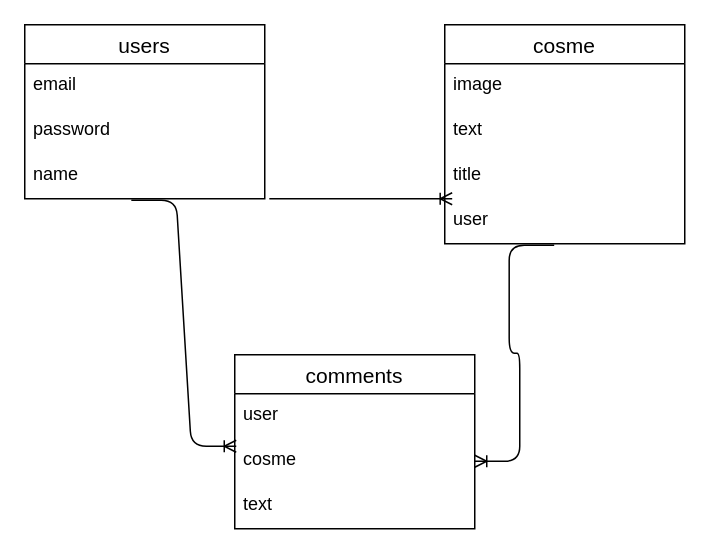
Before: cosme.dio in nana-ikegami/cosmelog2021, a draw.io diagram. Source tidied: cells renumbered, new cells numbered last; positions are measured from the earlier drawing's top-left corner, leaving out a move shared by most shapes. Both pictures are drawn from the tidied source at 150%, with x=0, y=0 at pixel (24, 24).
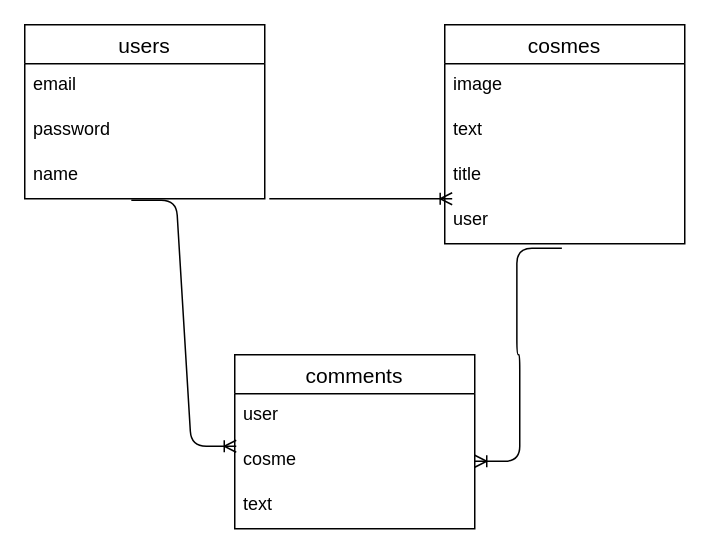
The same diagram, later.

Change to the diagram source:
```diff
@@
 <mxGraphModel>
   <root>
     <mxCell id="0" />
     <mxCell id="1" parent="0" />
     <mxCell id="2" value="users" style="swimlane;fontStyle=0;horizontal=1;startSize=26;align=center;fontSize=14;" parent="1" vertex="1">
       <mxGeometry width="160" height="116" as="geometry" />
     </mxCell>
     <mxCell id="3" value="email" style="text;strokeColor=none;fillColor=none;spacingLeft=4;spacingRight=4;overflow=hidden;fontSize=12;" parent="2" vertex="1">
       <mxGeometry y="26" width="160" height="30" as="geometry" />
     </mxCell>
     <mxCell id="4" value="password" style="text;strokeColor=none;fillColor=none;spacingLeft=4;spacingRight=4;overflow=hidden;fontSize=12;" parent="2" vertex="1">
       <mxGeometry y="56" width="160" height="30" as="geometry" />
     </mxCell>
     <mxCell id="5" value="name" style="text;strokeColor=none;fillColor=none;spacingLeft=4;spacingRight=4;overflow=hidden;points=[[0,0.5],[1,0.5]];portConstraint=eastwest;fontSize=12;" parent="2" vertex="1">
       <mxGeometry y="86" width="160" height="30" as="geometry" />
     </mxCell>
-    <mxCell id="6" value="cosme" style="swimlane;fontStyle=0;horizontal=1;startSize=26;align=center;fontSize=14;" parent="1" vertex="1">
+    <mxCell id="6" value="cosmes" style="swimlane;fontStyle=0;horizontal=1;startSize=26;align=center;fontSize=14;" parent="1" vertex="1">
       <mxGeometry x="280" width="160" height="146" as="geometry" />
     </mxCell>
     <mxCell id="7" value="image" style="text;strokeColor=none;fillColor=none;spacingLeft=4;spacingRight=4;overflow=hidden;fontSize=12;" parent="6" vertex="1">
       <mxGeometry y="26" width="160" height="30" as="geometry" />
     </mxCell>
     <mxCell id="8" value="text" style="text;strokeColor=none;fillColor=none;spacingLeft=4;spacingRight=4;overflow=hidden;fontSize=12;" parent="6" vertex="1">
       <mxGeometry y="56" width="160" height="30" as="geometry" />
     </mxCell>
     <mxCell id="9" value="title" style="text;strokeColor=none;fillColor=none;spacingLeft=4;spacingRight=4;overflow=hidden;points=[[0,0.5],[1,0.5]];portConstraint=eastwest;fontSize=12;" parent="6" vertex="1">
       <mxGeometry y="86" width="160" height="30" as="geometry" />
     </mxCell>
     <mxCell id="10" value="user" style="text;strokeColor=none;fillColor=none;spacingLeft=4;spacingRight=4;overflow=hidden;points=[[0,0.5],[1,0.5]];portConstraint=eastwest;fontSize=12;" parent="6" vertex="1">
       <mxGeometry y="116" width="160" height="30" as="geometry" />
     </mxCell>
     <mxCell id="11" value="comments" style="swimlane;fontStyle=0;horizontal=1;startSize=26;align=center;fontSize=14;" parent="1" vertex="1">
       <mxGeometry x="140" y="220" width="160" height="116" as="geometry" />
     </mxCell>
     <mxCell id="12" value="user" style="text;strokeColor=none;fillColor=none;spacingLeft=4;spacingRight=4;overflow=hidden;fontSize=12;" parent="11" vertex="1">
       <mxGeometry y="26" width="160" height="30" as="geometry" />
     </mxCell>
     <mxCell id="13" value="cosme" style="text;strokeColor=none;fillColor=none;spacingLeft=4;spacingRight=4;overflow=hidden;points=[[0,0.5],[1,0.5]];portConstraint=eastwest;fontSize=12;" parent="11" vertex="1">
       <mxGeometry y="56" width="160" height="30" as="geometry" />
     </mxCell>
     <mxCell id="14" value="text" style="text;strokeColor=none;fillColor=none;spacingLeft=4;spacingRight=4;overflow=hidden;fontSize=12;" parent="11" vertex="1">
       <mxGeometry y="86" width="160" height="30" as="geometry" />
     </mxCell>
     <mxCell id="15" style="edgeStyle=entityRelationEdgeStyle;fontSize=12;html=1;endArrow=ERoneToMany;entryX=0.031;entryY=1;entryDx=0;entryDy=0;entryPerimeter=0;exitX=1.019;exitY=1;exitDx=0;exitDy=0;exitPerimeter=0;" parent="1" edge="1" source="5" target="9">
       <mxGeometry relative="1" as="geometry" />
     </mxCell>
     <mxCell id="16" style="edgeStyle=entityRelationEdgeStyle;fontSize=12;html=1;endArrow=ERoneToMany;exitX=0.444;exitY=1.033;exitDx=0;exitDy=0;exitPerimeter=0;entryX=0.006;entryY=0.167;entryDx=0;entryDy=0;entryPerimeter=0;" parent="1" edge="1" source="5">
       <mxGeometry relative="1" as="geometry">
         <mxPoint x="141" y="281" as="targetPoint" />
       </mxGeometry>
     </mxCell>
-    <mxCell id="17" style="edgeStyle=entityRelationEdgeStyle;fontSize=12;html=1;endArrow=ERoneToMany;exitX=0.456;exitY=1.033;exitDx=0;exitDy=0;exitPerimeter=0;" parent="1" edge="1" source="10" target="13">
+    <mxCell id="17" style="edgeStyle=entityRelationEdgeStyle;fontSize=12;html=1;endArrow=ERoneToMany;exitX=0.488;exitY=1.1;exitDx=0;exitDy=0;exitPerimeter=0;" parent="1" edge="1" source="10" target="13">
       <mxGeometry relative="1" as="geometry" />
     </mxCell>
   </root>
 </mxGraphModel>
```
